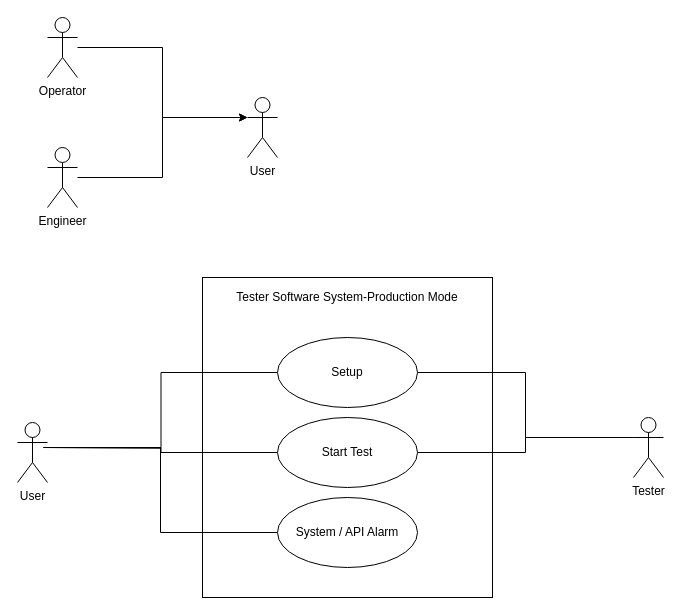
The draw.io diagram page "Production" (16 of 18) of SG9KG5/UI Design/Use Case.drawio in Jasson-Chou/Software-Projects, before the edit. Source tidied: cells renumbered, new cells numbered last; positions are measured from the earlier drawing's top-left corner, leaving out a move shared by most shapes. Both pictures are drawn from the tidied source at 100%, with x=0, y=0 at pixel (17, 17).
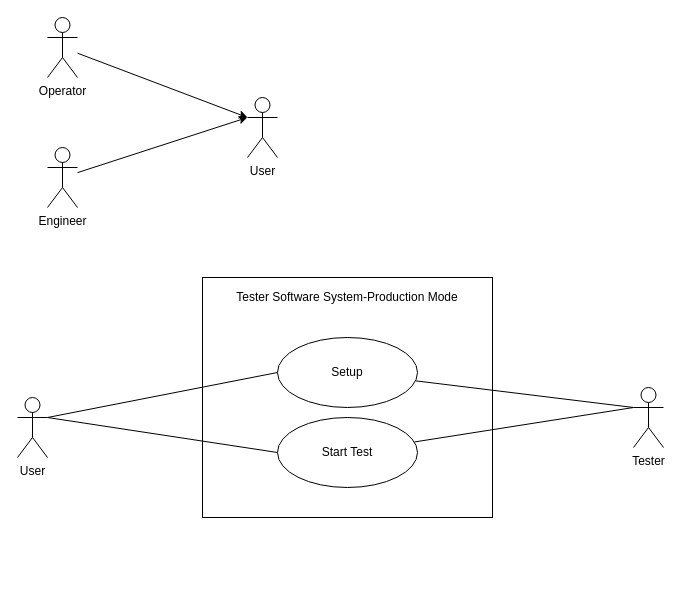
After the change.

Unchanged cells that the change refers to:
```xml
<mxCell id="8" value="Setup" style="ellipse;whiteSpace=wrap;html=1;" parent="1" vertex="1">
  <mxGeometry x="260" y="320" width="140" height="70" as="geometry" />
</mxCell>
<mxCell id="10" value="Start Test" style="ellipse;whiteSpace=wrap;html=1;" parent="1" vertex="1">
  <mxGeometry x="260" y="400" width="140" height="70" as="geometry" />
</mxCell>
<mxCell id="14" value="Operator" style="shape=umlActor;verticalLabelPosition=bottom;verticalAlign=top;html=1;outlineConnect=0;" parent="1" vertex="1">
  <mxGeometry x="30" width="30" height="60" as="geometry" />
</mxCell>
<mxCell id="15" value="User" style="shape=umlActor;verticalLabelPosition=bottom;verticalAlign=top;html=1;outlineConnect=0;" parent="1" vertex="1">
  <mxGeometry x="230" y="80" width="30" height="60" as="geometry" />
</mxCell>
<mxCell id="17" value="Engineer" style="shape=umlActor;verticalLabelPosition=bottom;verticalAlign=top;html=1;outlineConnect=0;" parent="1" vertex="1">
  <mxGeometry x="30" y="130" width="30" height="60" as="geometry" />
</mxCell>
```

The edit, as a diff of the source:
```diff
@@
     <mxCell id="2" style="rounded=0;whiteSpace=wrap;html=1;" parent="1" vertex="1">
-      <mxGeometry x="185" y="260" width="290" height="320" as="geometry" />
+      <mxGeometry x="185" y="260" width="290" height="240" as="geometry" />
     </mxCell>
-    <mxCell id="3" style="edgeStyle=orthogonalEdgeStyle;rounded=0;jettySize=auto;html=1;entryX=0;entryY=0.5;entryDx=0;entryDy=0;endArrow=none;endFill=0;" parent="1" edge="1" target="8">
-      <mxGeometry relative="1" as="geometry">
-        <mxPoint x="26" y="430" as="sourcePoint" />
-      </mxGeometry>
+    <mxCell id="3" style="rounded=0;jettySize=auto;html=1;entryX=0;entryY=0.5;entryDx=0;entryDy=0;endArrow=none;endFill=0;exitX=1;exitY=0.3333333333333333;exitDx=0;exitDy=0;exitPerimeter=0;" parent="1" edge="1" source="18" target="8">
+      <mxGeometry relative="1" as="geometry" />
     </mxCell>
-    <mxCell id="4" style="edgeStyle=orthogonalEdgeStyle;rounded=0;jettySize=auto;html=1;entryX=0;entryY=0.5;entryDx=0;entryDy=0;endArrow=none;endFill=0;" parent="1" edge="1" target="10">
-      <mxGeometry relative="1" as="geometry">
-        <mxPoint x="26" y="430" as="sourcePoint" />
-      </mxGeometry>
+    <mxCell id="4" style="rounded=0;jettySize=auto;html=1;entryX=0;entryY=0.5;entryDx=0;entryDy=0;endArrow=none;endFill=0;exitX=1;exitY=0.3333333333333333;exitDx=0;exitDy=0;exitPerimeter=0;" parent="1" edge="1" source="18" target="10">
+      <mxGeometry relative="1" as="geometry" />
     </mxCell>
-    <mxCell id="5" style="edgeStyle=orthogonalEdgeStyle;rounded=0;jettySize=auto;html=1;entryX=0;entryY=0.5;entryDx=0;entryDy=0;endArrow=none;endFill=0;" parent="1" edge="1" target="11">
-      <mxGeometry relative="1" as="geometry">
-        <mxPoint x="26" y="430" as="sourcePoint" />
-        <Array as="points">
-          <mxPoint x="143" y="430" />
-          <mxPoint x="143" y="515" />
-        </Array>
-      </mxGeometry>
-    </mxCell>
@@
-    <mxCell id="7" style="edgeStyle=orthogonalEdgeStyle;rounded=0;jettySize=auto;html=1;entryX=0;entryY=0.3333333333333333;entryDx=0;entryDy=0;entryPerimeter=0;endArrow=none;endFill=0;" parent="1" edge="1" source="8" target="12">
+    <mxCell id="7" style="rounded=0;jettySize=auto;html=1;entryX=0;entryY=0.3333333333333333;entryDx=0;entryDy=0;entryPerimeter=0;endArrow=none;endFill=0;" parent="1" edge="1" source="8" target="12">
       <mxGeometry relative="1" as="geometry" />
     </mxCell>
@@
-    <mxCell id="9" style="edgeStyle=orthogonalEdgeStyle;rounded=0;jettySize=auto;html=1;entryX=0;entryY=0.3333333333333333;entryDx=0;entryDy=0;entryPerimeter=0;endArrow=none;endFill=0;" parent="1" edge="1" source="10" target="12">
+    <mxCell id="9" style="rounded=0;jettySize=auto;html=1;entryX=0;entryY=0.3333333333333333;entryDx=0;entryDy=0;entryPerimeter=0;endArrow=none;endFill=0;" parent="1" edge="1" source="10" target="12">
       <mxGeometry relative="1" as="geometry" />
     </mxCell>
@@
-    <mxCell id="11" value="System / API Alarm" style="ellipse;whiteSpace=wrap;html=1;" parent="1" vertex="1">
-      <mxGeometry x="260" y="480" width="140" height="70" as="geometry" />
-    </mxCell>
     <mxCell id="12" value="Tester" style="shape=umlActor;verticalLabelPosition=bottom;verticalAlign=top;html=1;" parent="1" vertex="1">
-      <mxGeometry x="616" y="400" width="30" height="60" as="geometry" />
+      <mxGeometry x="616" y="370" width="30" height="60" as="geometry" />
     </mxCell>
-    <mxCell id="13" style="edgeStyle=orthogonalEdgeStyle;rounded=0;jettySize=auto;html=1;entryX=0;entryY=0.3333333333333333;entryDx=0;entryDy=0;entryPerimeter=0;" parent="1" edge="1" source="14" target="15">
+    <mxCell id="13" style="rounded=0;jettySize=auto;html=1;entryX=0;entryY=0.3333333333333333;entryDx=0;entryDy=0;entryPerimeter=0;" parent="1" edge="1" source="14" target="15">
       <mxGeometry relative="1" as="geometry" />
     </mxCell>
@@
-    <mxCell id="16" style="edgeStyle=orthogonalEdgeStyle;rounded=0;jettySize=auto;html=1;entryX=0;entryY=0.3333333333333333;entryDx=0;entryDy=0;entryPerimeter=0;" parent="1" edge="1" source="17" target="15">
+    <mxCell id="16" style="rounded=0;jettySize=auto;html=1;entryX=0;entryY=0.3333333333333333;entryDx=0;entryDy=0;entryPerimeter=0;" parent="1" edge="1" source="17" target="15">
       <mxGeometry relative="1" as="geometry" />
     </mxCell>
@@
     <mxCell id="18" value="User" style="shape=umlActor;verticalLabelPosition=bottom;verticalAlign=top;html=1;outlineConnect=0;" parent="1" vertex="1">
-      <mxGeometry y="405" width="30" height="60" as="geometry" />
+      <mxGeometry y="380" width="30" height="60" as="geometry" />
     </mxCell>
```
